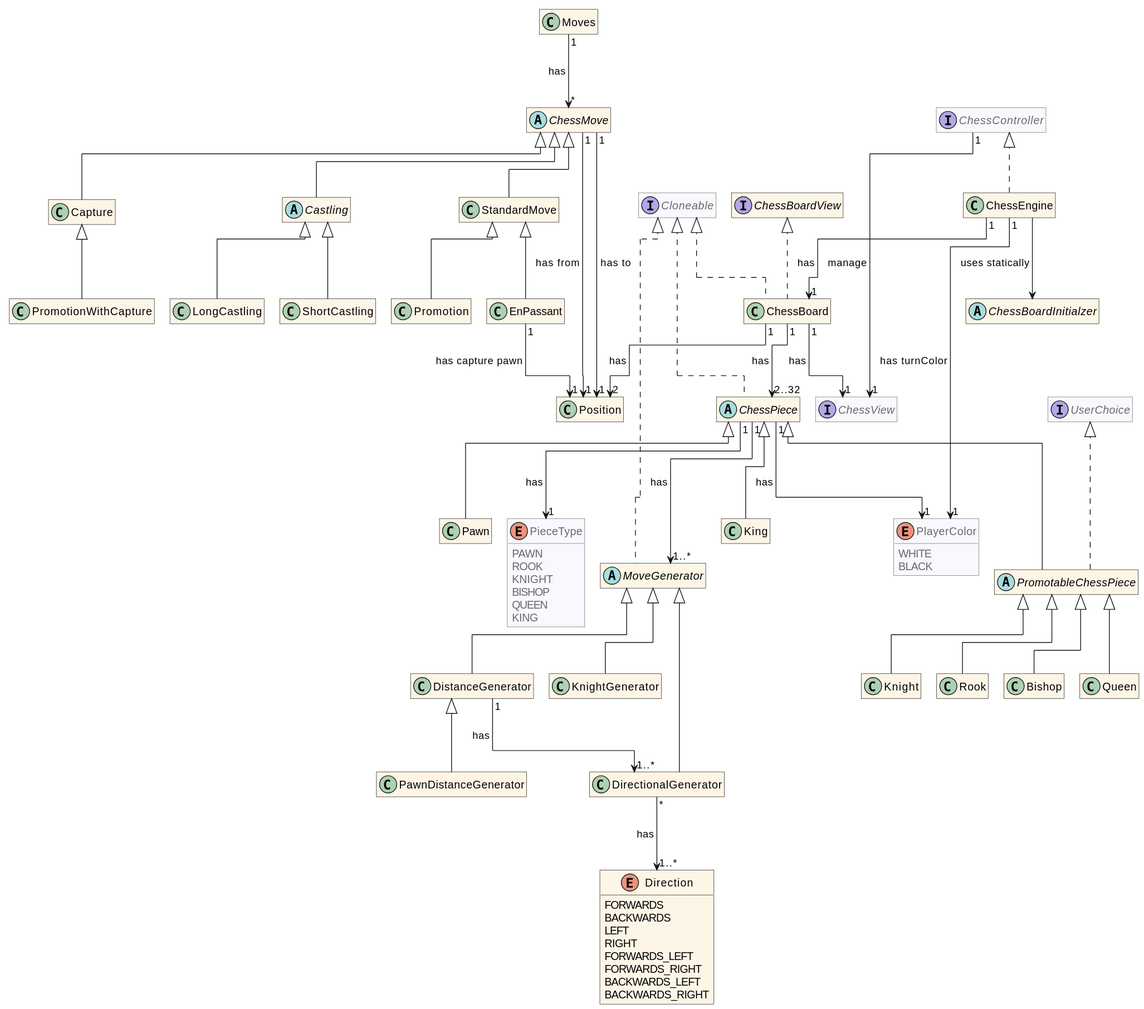
The PlantUML diagram docs/assets/uml-simple.svg in HEIG-VD-BA3-POO/labo08, before a commit.
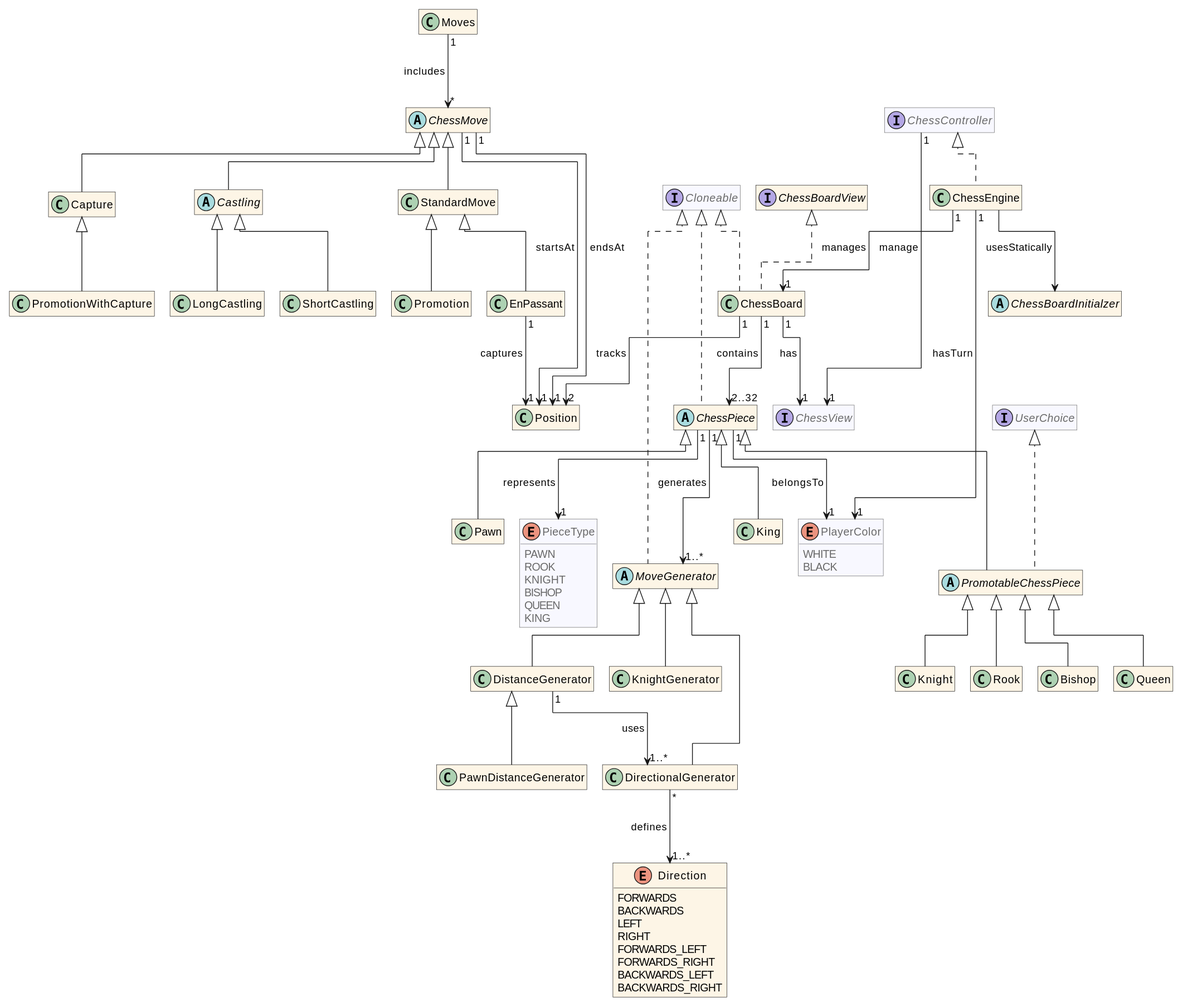
The same diagram one commit later.

Diff of the diagram source:
```diff
@@ -101,21 +101,21 @@
 
 ChessController "1" --> "1" ChessView : manage >
 
-ChessEngine "1" --> "1" ChessBoard : has >
-ChessEngine "1" --> "1" PlayerColor : has turnColor >
-ChessEngine --> ChessBoardInitialzer : uses statically >
+ChessEngine "1" --> "1" ChessBoard : manages >
+ChessEngine "1" --> "1" PlayerColor : hasTurn >
+ChessEngine --> ChessBoardInitialzer : usesStatically >
 ChessBoard "1" --> "1" ChessView : has >
-ChessBoard "1" --> "2..32" ChessPiece : has >
-ChessBoard "1" --> "2" Position : has >
-ChessPiece "1" --> "1" PieceType : has >
-ChessPiece "1" --> "1" PlayerColor : has >
-ChessPiece "1" --> "1..*" MoveGenerator : has >
+ChessBoard "1" --> "2..32" ChessPiece : contains >
+ChessBoard "1" --> "2" Position : tracks >
+ChessPiece "1" --> "1" PieceType : represents >
+ChessPiece "1" --> "1" PlayerColor : belongsTo >
+ChessPiece "1" --> "1..*" MoveGenerator : generates >
 
-DirectionalGenerator "*" --> "1..*" Direction : has >
-DistanceGenerator "1" --> "1..*" DirectionalGenerator : has >
+DirectionalGenerator "*" --> "1..*" Direction : defines >
+DistanceGenerator "1" --> "1..*" DirectionalGenerator : uses >
 
-ChessMove "1" --> "1" Position : has from >
-ChessMove "1" --> "1" Position : has to >
-Moves "1" --> "*" ChessMove : has >
-EnPassant "1" --> "1" Position : has capture pawn >
+ChessMove "1" --> "1" Position : startsAt >
+ChessMove "1" --> "1" Position : endsAt >
+Moves "1" --> "*" ChessMove : includes >
+EnPassant "1" --> "1" Position : captures >
 @enduml
```
